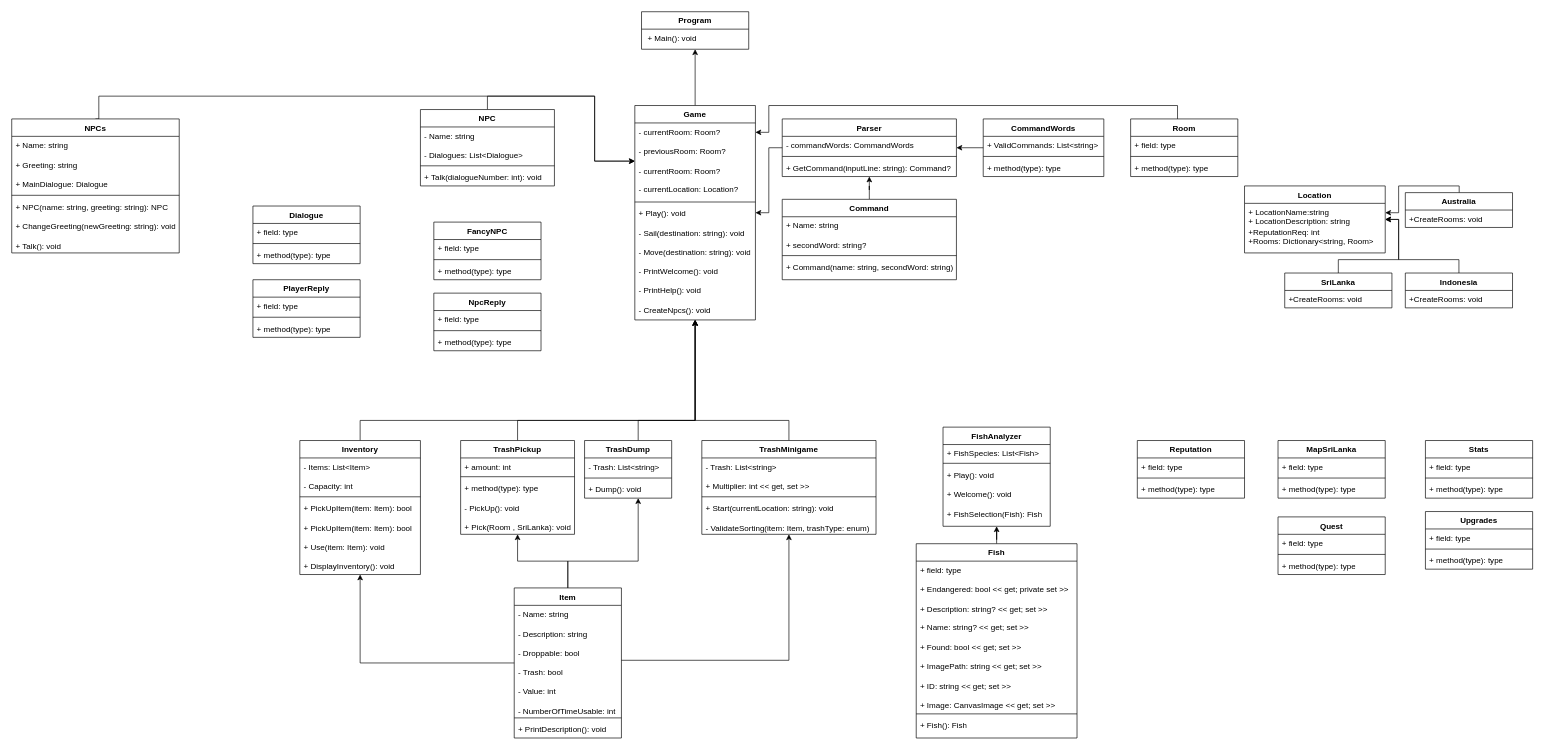
Earlier version of the draw.io diagram UML_Diagram.drawio (eduard-gangan/EcoQuest). Source tidied: cells renumbered, new cells numbered last; positions are measured from the earlier drawing's top-left corner, leaving out a move shared by most shapes. Both pictures are drawn from the tidied source at 67%, with x=0, y=0 at pixel (11, 11).
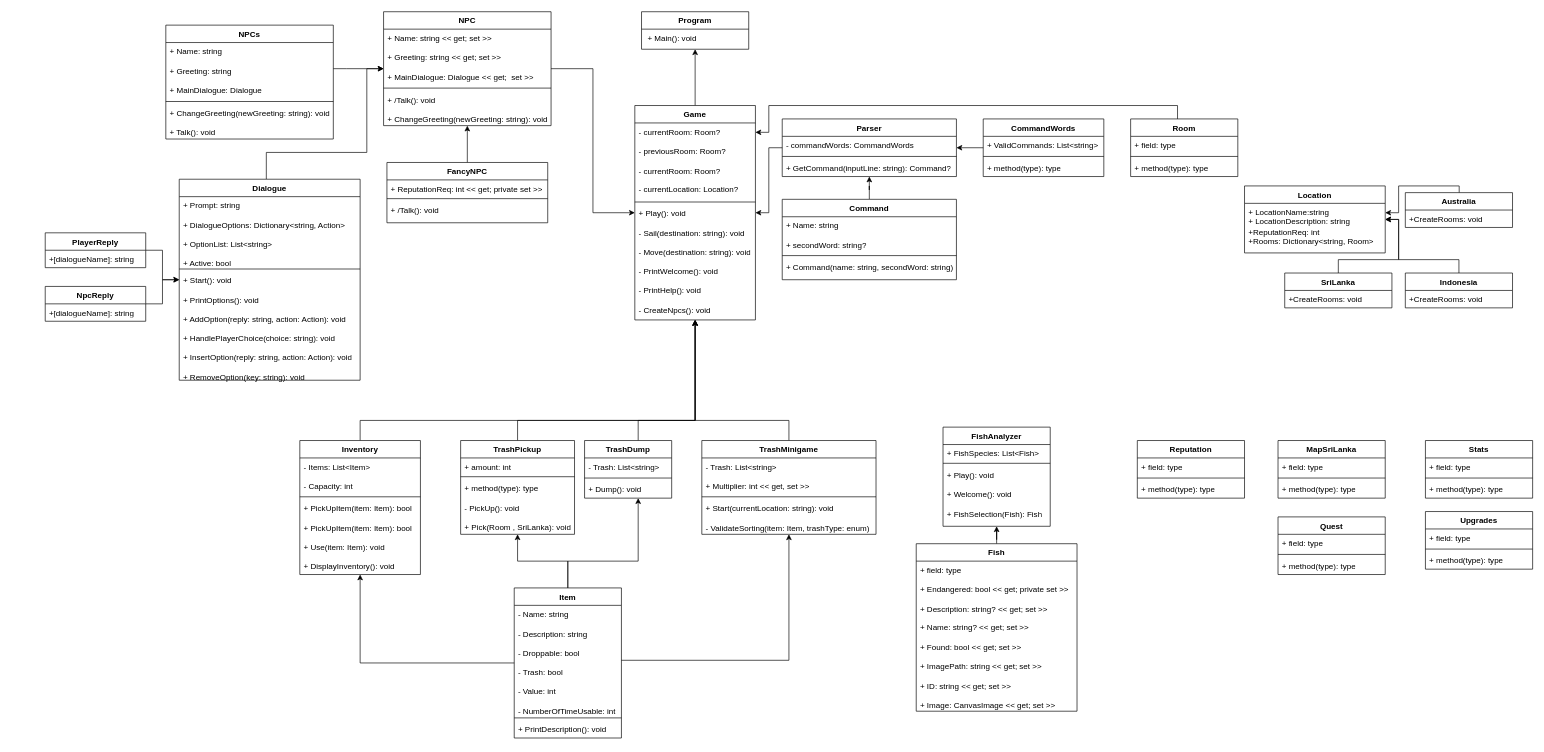
Above is the later version.

Commit message:
UML update no 123 - npc classes

The change refers to these unchanged cells:
```xml
<mxCell id="5" value="Game" style="swimlane;fontStyle=1;align=center;verticalAlign=top;horizontal=1;startSize=26;whiteSpace=wrap;html=1;" parent="1" vertex="1">
  <mxGeometry x="930" y="140" width="180" height="320" as="geometry" />
</mxCell>
<mxCell id="6" value="- currentRoom: Room?&lt;div&gt;&lt;br&gt;&lt;div&gt;- previousRoom: Room?&lt;/div&gt;&lt;div&gt;&lt;br&gt;&lt;/div&gt;&lt;div&gt;- currentRoom: Room?&lt;br&gt;&lt;/div&gt;&lt;div&gt;&lt;br&gt;&lt;/div&gt;&lt;div&gt;- currentLocation: Location?&lt;/div&gt;&lt;/div&gt;" style="text;strokeColor=none;fillColor=none;align=left;verticalAlign=top;spacingLeft=4;spacingRight=4;overflow=hidden;points=[[0,0.5],[1,0.5]];portConstraint=eastwest;whiteSpace=wrap;html=1;" parent="5" vertex="1">
  <mxGeometry y="26" width="180" height="114" as="geometry" />
</mxCell>
<mxCell id="72" value="&lt;div&gt;+ Name: string&lt;br&gt;&lt;/div&gt;&lt;div&gt;&lt;br&gt;&lt;/div&gt;&lt;div&gt;+ Greeting: string&lt;/div&gt;&lt;div&gt;&lt;br&gt;&lt;/div&gt;&lt;div&gt;+ MainDialogue: Dialogue&lt;/div&gt;" style="text;strokeColor=none;fillColor=none;align=left;verticalAlign=top;spacingLeft=4;spacingRight=4;overflow=hidden;points=[[0,0.5],[1,0.5]];portConstraint=eastwest;whiteSpace=wrap;html=1;" parent="71" vertex="1">
  <mxGeometry y="26" width="250" height="84" as="geometry" />
</mxCell>
```

The edit, as a diff of the source:
```diff
@@
-    <mxCell id="19" style="edgeStyle=orthogonalEdgeStyle;rounded=0;jettySize=auto;html=1;exitX=0.5;exitY=0;exitDx=0;exitDy=0;" parent="1" edge="1" source="20" target="6">
-      <mxGeometry relative="1" as="geometry" />
-    </mxCell>
-    <mxCell id="20" value="NPC" style="swimlane;fontStyle=1;align=center;verticalAlign=top;horizontal=1;startSize=26;whiteSpace=wrap;html=1;" parent="1" vertex="1">
-      <mxGeometry x="610" y="146" width="200" height="114" as="geometry" />
-    </mxCell>
-    <mxCell id="21" value="- Name: string&lt;div&gt;&lt;br&gt;&lt;/div&gt;&lt;div&gt;- Dialogues: List&amp;lt;Dialogue&amp;gt;&lt;/div&gt;" style="text;strokeColor=none;fillColor=none;align=left;verticalAlign=top;spacingLeft=4;spacingRight=4;overflow=hidden;whiteSpace=wrap;html=1;" parent="20" vertex="1">
-      <mxGeometry y="26" width="200" height="54" as="geometry" />
-    </mxCell>
-    <mxCell id="22" style="line;strokeWidth=1;fillColor=none;align=left;verticalAlign=middle;spacingTop=-1;spacingLeft=3;spacingRight=3;labelPosition=right;strokeColor=inherit;" parent="20" vertex="1">
-      <mxGeometry y="80" width="200" height="8" as="geometry" />
-    </mxCell>
-    <mxCell id="23" value="+ Talk(dialogueNumber: int): void" style="text;strokeColor=none;fillColor=none;align=left;verticalAlign=top;spacingLeft=4;spacingRight=4;overflow=hidden;whiteSpace=wrap;html=1;" parent="20" vertex="1">
-      <mxGeometry y="88" width="200" height="26" as="geometry" />
-    </mxCell>
@@
+    <mxCell id="124" style="edgeStyle=orthogonalEdgeStyle;rounded=0;jettySize=auto;html=1;" parent="1" edge="1" source="41" target="20">
+      <mxGeometry relative="1" as="geometry" />
+    </mxCell>
     <mxCell id="41" value="FancyNPC" style="swimlane;fontStyle=1;align=center;verticalAlign=top;horizontal=1;startSize=26;whiteSpace=wrap;html=1;" parent="1" vertex="1">
-      <mxGeometry x="630" y="314" width="160" height="86" as="geometry" />
+      <mxGeometry x="560" y="225" width="240" height="90" as="geometry" />
     </mxCell>
-    <mxCell id="42" value="+ field: type" style="text;strokeColor=none;fillColor=none;align=left;verticalAlign=top;spacingLeft=4;spacingRight=4;overflow=hidden;whiteSpace=wrap;html=1;" parent="41" vertex="1">
-      <mxGeometry y="26" width="160" height="26" as="geometry" />
+    <mxCell id="42" value="+ ReputationReq: int &amp;lt;&amp;lt; get; private set &amp;gt;&amp;gt;" style="text;strokeColor=none;fillColor=none;align=left;verticalAlign=top;spacingLeft=4;spacingRight=4;overflow=hidden;whiteSpace=wrap;html=1;" parent="41" vertex="1">
+      <mxGeometry y="26" width="240" height="24" as="geometry" />
     </mxCell>
     <mxCell id="43" style="line;strokeWidth=1;fillColor=none;align=left;verticalAlign=middle;spacingTop=-1;spacingLeft=3;spacingRight=3;labelPosition=right;strokeColor=inherit;" parent="41" vertex="1">
-      <mxGeometry y="52" width="160" height="8" as="geometry" />
+      <mxGeometry y="50" width="240" height="8" as="geometry" />
     </mxCell>
-    <mxCell id="44" value="+ method(type): type" style="text;strokeColor=none;fillColor=none;align=left;verticalAlign=top;spacingLeft=4;spacingRight=4;overflow=hidden;whiteSpace=wrap;html=1;" parent="41" vertex="1">
-      <mxGeometry y="60" width="160" height="26" as="geometry" />
+    <mxCell id="44" value="&lt;div&gt;+ /Talk(): void&lt;/div&gt;" style="text;strokeColor=none;fillColor=none;align=left;verticalAlign=top;spacingLeft=4;spacingRight=4;overflow=hidden;whiteSpace=wrap;html=1;" parent="41" vertex="1">
+      <mxGeometry y="58" width="240" height="32" as="geometry" />
     </mxCell>
+    <mxCell id="125" style="edgeStyle=orthogonalEdgeStyle;rounded=0;jettySize=auto;html=1;" parent="1" edge="1" source="45" target="20">
+      <mxGeometry relative="1" as="geometry">
+        <Array as="points">
+          <mxPoint x="380" y="210" />
+          <mxPoint x="530" y="210" />
+          <mxPoint x="530" y="85" />
+        </Array>
+      </mxGeometry>
+    </mxCell>
     <mxCell id="45" value="Dialogue" style="swimlane;fontStyle=1;align=center;verticalAlign=top;horizontal=1;startSize=26;whiteSpace=wrap;html=1;" parent="1" vertex="1">
-      <mxGeometry x="360" y="290" width="160" height="86" as="geometry" />
+      <mxGeometry x="250" y="250" width="270" height="300" as="geometry" />
     </mxCell>
-    <mxCell id="46" value="+ field: type" style="text;strokeColor=none;fillColor=none;align=left;verticalAlign=top;spacingLeft=4;spacingRight=4;overflow=hidden;whiteSpace=wrap;html=1;" parent="45" vertex="1">
-      <mxGeometry y="26" width="160" height="26" as="geometry" />
+    <mxCell id="46" value="+ Prompt: string&lt;div&gt;&lt;br&gt;&lt;/div&gt;&lt;div&gt;+ DialogueOptions: Dictionary&amp;lt;string, Action&amp;gt;&lt;br&gt;&lt;/div&gt;&lt;div&gt;&lt;br&gt;&lt;/div&gt;&lt;div&gt;+ OptionList: List&amp;lt;string&amp;gt;&lt;br&gt;&lt;/div&gt;&lt;div&gt;&lt;br&gt;&lt;/div&gt;&lt;div&gt;+ Active: bool&lt;/div&gt;" style="text;strokeColor=none;fillColor=none;align=left;verticalAlign=top;spacingLeft=4;spacingRight=4;overflow=hidden;whiteSpace=wrap;html=1;" parent="45" vertex="1">
+      <mxGeometry y="26" width="270" height="104" as="geometry" />
     </mxCell>
     <mxCell id="47" style="line;strokeWidth=1;fillColor=none;align=left;verticalAlign=middle;spacingTop=-1;spacingLeft=3;spacingRight=3;labelPosition=right;strokeColor=inherit;" parent="45" vertex="1">
-      <mxGeometry y="52" width="160" height="8" as="geometry" />
+      <mxGeometry y="130" width="270" height="8" as="geometry" />
     </mxCell>
-    <mxCell id="48" value="+ method(type): type" style="text;strokeColor=none;fillColor=none;align=left;verticalAlign=top;spacingLeft=4;spacingRight=4;overflow=hidden;whiteSpace=wrap;html=1;" parent="45" vertex="1">
-      <mxGeometry y="60" width="160" height="26" as="geometry" />
+    <mxCell id="48" value="+ Start(): void&lt;div&gt;&lt;br&gt;&lt;/div&gt;&lt;div&gt;+ PrintOptions(): void&lt;br&gt;&lt;/div&gt;&lt;div&gt;&lt;br&gt;&lt;/div&gt;&lt;div&gt;+ AddOption(reply: string, action: Action): void&lt;/div&gt;&lt;div&gt;&lt;br&gt;&lt;/div&gt;&lt;div&gt;+ HandlePlayerChoice(choice: string): void&lt;br&gt;&lt;/div&gt;&lt;div&gt;&lt;br&gt;&lt;/div&gt;&lt;div&gt;+ InsertOption(reply: string, action: Action): void&lt;br&gt;&lt;/div&gt;&lt;div&gt;&lt;br&gt;&lt;/div&gt;&lt;div&gt;+ RemoveOption(key: string): void&lt;br&gt;&lt;/div&gt;&lt;div&gt;&lt;br&gt;&lt;/div&gt;&lt;div&gt;&lt;br&gt;&lt;/div&gt;" style="text;strokeColor=none;fillColor=none;align=left;verticalAlign=top;spacingLeft=4;spacingRight=4;overflow=hidden;whiteSpace=wrap;html=1;" parent="45" vertex="1">
+      <mxGeometry y="138" width="270" height="162" as="geometry" />
     </mxCell>
@@
+    <mxCell id="126" style="edgeStyle=orthogonalEdgeStyle;rounded=0;jettySize=auto;html=1;" parent="1" edge="1" source="53" target="45">
+      <mxGeometry relative="1" as="geometry" />
+    </mxCell>
     <mxCell id="53" value="NpcReply" style="swimlane;fontStyle=1;align=center;verticalAlign=top;horizontal=1;startSize=26;whiteSpace=wrap;html=1;" parent="1" vertex="1">
-      <mxGeometry x="630" y="420" width="160" height="86" as="geometry" />
+      <mxGeometry x="50" y="410" width="150" height="52" as="geometry" />
     </mxCell>
-    <mxCell id="54" value="+ field: type" style="text;strokeColor=none;fillColor=none;align=left;verticalAlign=top;spacingLeft=4;spacingRight=4;overflow=hidden;whiteSpace=wrap;html=1;" parent="53" vertex="1">
-      <mxGeometry y="26" width="160" height="26" as="geometry" />
+    <mxCell id="54" value="+[dialogueName]: string&amp;nbsp;" style="text;strokeColor=none;fillColor=none;align=left;verticalAlign=top;spacingLeft=4;spacingRight=4;overflow=hidden;whiteSpace=wrap;html=1;" parent="53" vertex="1">
+      <mxGeometry y="26" width="150" height="26" as="geometry" />
     </mxCell>
-    <mxCell id="55" style="line;strokeWidth=1;fillColor=none;align=left;verticalAlign=middle;spacingTop=-1;spacingLeft=3;spacingRight=3;labelPosition=right;strokeColor=inherit;" parent="53" vertex="1">
-      <mxGeometry y="52" width="160" height="8" as="geometry" />
-    </mxCell>
-    <mxCell id="56" value="+ method(type): type" style="text;strokeColor=none;fillColor=none;align=left;verticalAlign=top;spacingLeft=4;spacingRight=4;overflow=hidden;whiteSpace=wrap;html=1;" parent="53" vertex="1">
-      <mxGeometry y="60" width="160" height="26" as="geometry" />
-    </mxCell>
+    <mxCell id="127" style="edgeStyle=orthogonalEdgeStyle;rounded=0;jettySize=auto;html=1;" parent="1" edge="1" source="57" target="45">
+      <mxGeometry relative="1" as="geometry" />
+    </mxCell>
     <mxCell id="57" value="PlayerReply" style="swimlane;fontStyle=1;align=center;verticalAlign=top;horizontal=1;startSize=26;whiteSpace=wrap;html=1;" parent="1" vertex="1">
-      <mxGeometry x="360" y="400" width="160" height="86" as="geometry" />
+      <mxGeometry x="50" y="330" width="150" height="52" as="geometry" />
     </mxCell>
-    <mxCell id="58" value="+ field: type" style="text;strokeColor=none;fillColor=none;align=left;verticalAlign=top;spacingLeft=4;spacingRight=4;overflow=hidden;whiteSpace=wrap;html=1;" parent="57" vertex="1">
-      <mxGeometry y="26" width="160" height="26" as="geometry" />
+    <mxCell id="58" value="+[dialogueName]: string&amp;nbsp;" style="text;strokeColor=none;fillColor=none;align=left;verticalAlign=top;spacingLeft=4;spacingRight=4;overflow=hidden;whiteSpace=wrap;html=1;" parent="57" vertex="1">
+      <mxGeometry y="26" width="150" height="26" as="geometry" />
     </mxCell>
-    <mxCell id="59" style="line;strokeWidth=1;fillColor=none;align=left;verticalAlign=middle;spacingTop=-1;spacingLeft=3;spacingRight=3;labelPosition=right;strokeColor=inherit;" parent="57" vertex="1">
-      <mxGeometry y="52" width="160" height="8" as="geometry" />
-    </mxCell>
-    <mxCell id="60" value="+ method(type): type" style="text;strokeColor=none;fillColor=none;align=left;verticalAlign=top;spacingLeft=4;spacingRight=4;overflow=hidden;whiteSpace=wrap;html=1;" parent="57" vertex="1">
-      <mxGeometry y="60" width="160" height="26" as="geometry" />
-    </mxCell>
@@
-    <mxCell id="70" style="edgeStyle=orthogonalEdgeStyle;rounded=0;jettySize=auto;html=1;exitX=0.5;exitY=0;exitDx=0;exitDy=0;" parent="1" edge="1" source="71" target="6">
-      <mxGeometry relative="1" as="geometry">
-        <Array as="points">
-          <mxPoint x="130" y="160" />
-          <mxPoint x="130" y="126" />
-          <mxPoint x="870" y="126" />
-          <mxPoint x="870" y="223" />
-        </Array>
-      </mxGeometry>
-    </mxCell>
     <mxCell id="71" value="NPCs" style="swimlane;fontStyle=1;align=center;verticalAlign=top;horizontal=1;startSize=26;whiteSpace=wrap;html=1;" parent="1" vertex="1">
-      <mxGeometry y="160" width="250" height="200" as="geometry" />
+      <mxGeometry x="230" y="20" width="250" height="170" as="geometry" />
     </mxCell>
@@
-    <mxCell id="74" value="+ NPC(name: string, greeting: string): NPC&lt;div&gt;&lt;br&gt;&lt;/div&gt;&lt;div&gt;+ ChangeGreeting(newGreeting: string): void&lt;br&gt;&lt;/div&gt;&lt;div&gt;&lt;br&gt;&lt;/div&gt;&lt;div&gt;+ Talk(): void&lt;br&gt;&lt;/div&gt;" style="text;strokeColor=none;fillColor=none;align=left;verticalAlign=top;spacingLeft=4;spacingRight=4;overflow=hidden;whiteSpace=wrap;html=1;" parent="71" vertex="1">
-      <mxGeometry y="118" width="250" height="82" as="geometry" />
+    <mxCell id="74" value="+ ChangeGreeting(newGreeting: string): void&lt;br&gt;&lt;div&gt;&lt;br&gt;&lt;/div&gt;&lt;div&gt;+ Talk(): void&lt;br&gt;&lt;/div&gt;" style="text;strokeColor=none;fillColor=none;align=left;verticalAlign=top;spacingLeft=4;spacingRight=4;overflow=hidden;whiteSpace=wrap;html=1;" parent="71" vertex="1">
+      <mxGeometry y="118" width="250" height="52" as="geometry" />
     </mxCell>
@@
     <mxCell id="120" value="Fish" style="swimlane;fontStyle=1;align=center;verticalAlign=top;horizontal=1;startSize=26;whiteSpace=wrap;html=1;" parent="1" vertex="1">
-      <mxGeometry x="1350" y="794" width="240" height="290" as="geometry" />
+      <mxGeometry x="1350" y="794" width="240" height="250" as="geometry" />
     </mxCell>
@@
-    <mxCell id="122" style="line;strokeWidth=1;fillColor=none;align=left;verticalAlign=middle;spacingTop=-1;spacingLeft=3;spacingRight=3;labelPosition=right;strokeColor=inherit;" parent="120" vertex="1">
-      <mxGeometry y="250" width="240" height="8" as="geometry" />
-    </mxCell>
-    <mxCell id="123" value="+ Fish(): Fish" style="text;strokeColor=none;fillColor=none;align=left;verticalAlign=top;spacingLeft=4;spacingRight=4;overflow=hidden;whiteSpace=wrap;html=1;" parent="120" vertex="1">
-      <mxGeometry y="258" width="240" height="32" as="geometry" />
-    </mxCell>
+    <mxCell id="128" style="edgeStyle=orthogonalEdgeStyle;rounded=0;jettySize=auto;html=1;" parent="1" edge="1" source="20" target="5">
+      <mxGeometry relative="1" as="geometry" />
+    </mxCell>
+    <mxCell id="20" value="NPC" style="swimlane;fontStyle=1;align=center;verticalAlign=top;horizontal=1;startSize=26;whiteSpace=wrap;html=1;" parent="1" vertex="1">
+      <mxGeometry x="555" width="250" height="170" as="geometry" />
+    </mxCell>
+    <mxCell id="129" value="+ Name: string &amp;lt;&amp;lt; get; set &amp;gt;&amp;gt;&lt;div&gt;&lt;br&gt;&lt;/div&gt;&lt;div&gt;+ Greeting: string &amp;lt;&amp;lt; get; set &amp;gt;&amp;gt;&lt;br&gt;&lt;div&gt;&lt;br&gt;&lt;div&gt;+ MainDialogue: Dialogue &amp;lt;&amp;lt; get; &amp;nbsp;set &amp;gt;&amp;gt;&lt;/div&gt;&lt;/div&gt;&lt;/div&gt;" style="text;strokeColor=none;fillColor=none;align=left;verticalAlign=top;spacingLeft=4;spacingRight=4;overflow=hidden;whiteSpace=wrap;html=1;" parent="20" vertex="1">
+      <mxGeometry y="26" width="250" height="84" as="geometry" />
+    </mxCell>
+    <mxCell id="130" style="line;strokeWidth=1;fillColor=none;align=left;verticalAlign=middle;spacingTop=-1;spacingLeft=3;spacingRight=3;labelPosition=right;strokeColor=inherit;" parent="20" vertex="1">
+      <mxGeometry y="110" width="250" height="8" as="geometry" />
+    </mxCell>
+    <mxCell id="131" value="&lt;div&gt;+ /Talk(): void&lt;div&gt;&lt;br&gt;&lt;/div&gt;&lt;div&gt;+ ChangeGreeting(newGreeting: string): void&lt;/div&gt;&lt;/div&gt;" style="text;strokeColor=none;fillColor=none;align=left;verticalAlign=top;spacingLeft=4;spacingRight=4;overflow=hidden;whiteSpace=wrap;html=1;" parent="20" vertex="1">
+      <mxGeometry y="118" width="250" height="52" as="geometry" />
+    </mxCell>
+    <mxCell id="132" style="edgeStyle=orthogonalEdgeStyle;rounded=0;jettySize=auto;html=1;" parent="1" edge="1" source="72" target="20">
+      <mxGeometry relative="1" as="geometry">
+        <Array as="points">
+          <mxPoint x="500" y="85" />
+          <mxPoint x="500" y="85" />
+        </Array>
+      </mxGeometry>
+    </mxCell>
```
